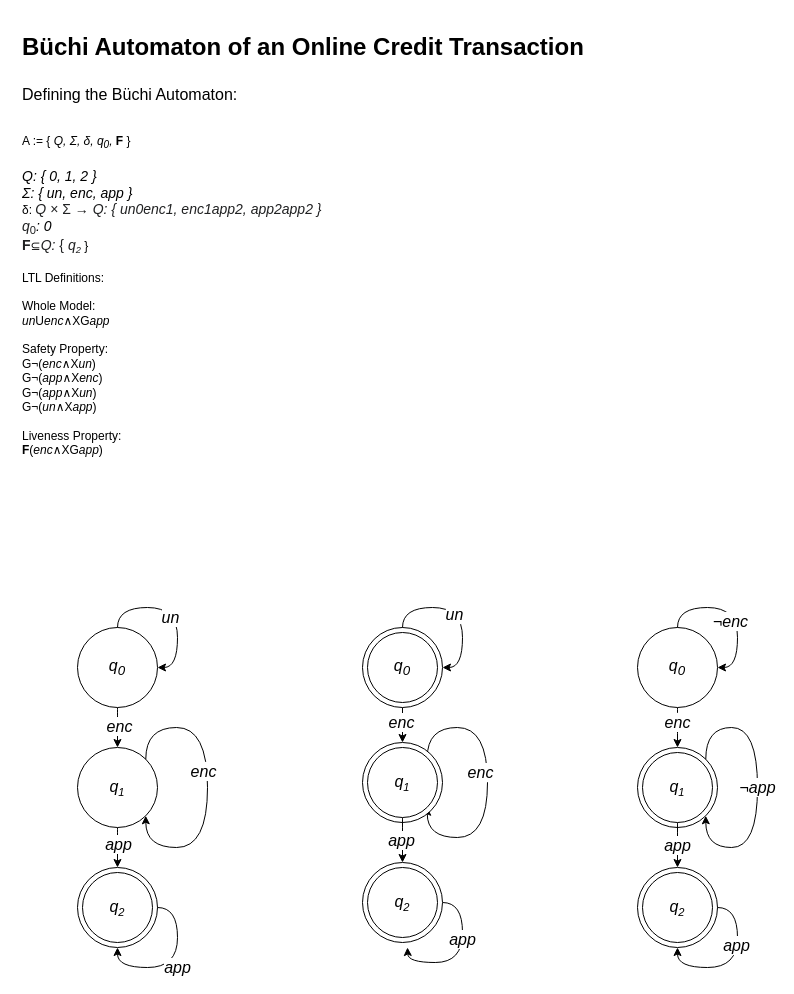
Above: Buchi_Automaton_Credit_Transaction.drawio in oliverfanderson/DATA599-02-Diagrams (draw.io), before the change. Source tidied: cells renumbered, new cells numbered last; positions are measured from the earlier drawing's top-left corner, leaving out a move shared by most shapes. Both pictures are drawn from the tidied source at 100%, with x=0, y=0 at pixel (17, 27).
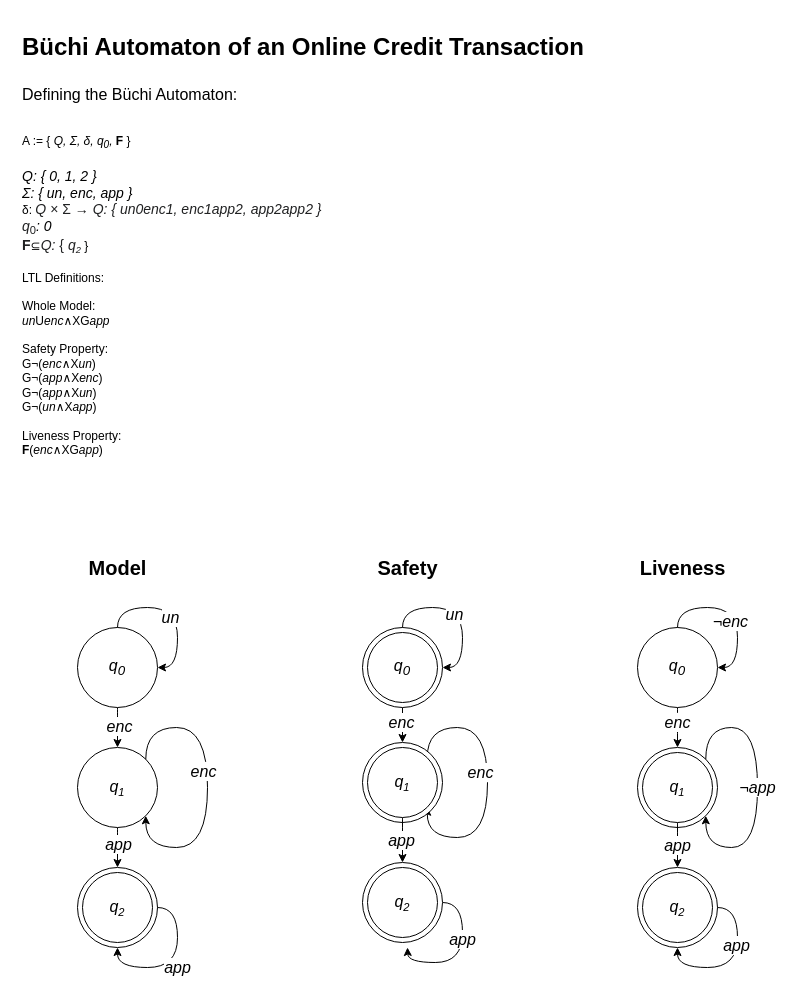
The same diagram, later.

Diff of the diagram source:
```diff
@@
+    <mxCell id="54" value="&lt;b&gt;&lt;font style=&quot;font-size: 20px;&quot;&gt;Model&lt;/font&gt;&lt;/b&gt;" style="text;html=1;align=center;verticalAlign=middle;strokeColor=none;fillColor=none;fontSize=16;" parent="1" vertex="1">
+      <mxGeometry x="60" y="520" width="80" height="40" as="geometry" />
+    </mxCell>
+    <mxCell id="55" value="&lt;b&gt;&lt;font style=&quot;font-size: 20px;&quot;&gt;Safety&lt;/font&gt;&lt;/b&gt;" style="text;html=1;align=center;verticalAlign=middle;strokeColor=none;fillColor=none;fontSize=16;" parent="1" vertex="1">
+      <mxGeometry x="350" y="520" width="80" height="40" as="geometry" />
+    </mxCell>
+    <mxCell id="56" value="&lt;b&gt;&lt;font style=&quot;font-size: 20px;&quot;&gt;Liveness&lt;/font&gt;&lt;/b&gt;" style="text;html=1;align=center;verticalAlign=middle;strokeColor=none;fillColor=none;fontSize=16;" parent="1" vertex="1">
+      <mxGeometry x="610" y="520" width="110" height="40" as="geometry" />
+    </mxCell>
```
